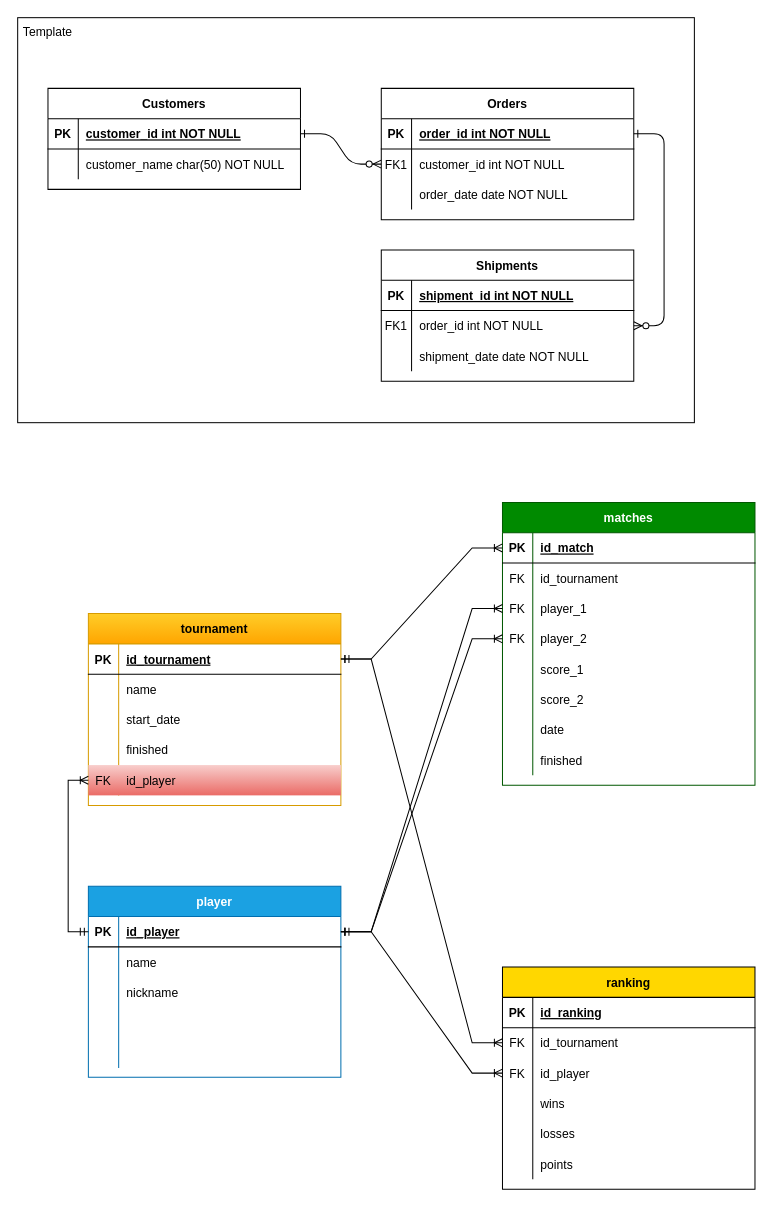
FernandoFRF/tm-rank keeps this draw.io diagram as tm-ranking.drawio. Above is the earlier version. Source tidied: cells renumbered, new cells numbered last; positions are measured from the earlier drawing's top-left corner, leaving out a move shared by most shapes. Both pictures are drawn from the tidied source at 101%, with x=0, y=0 at pixel (17, 17).
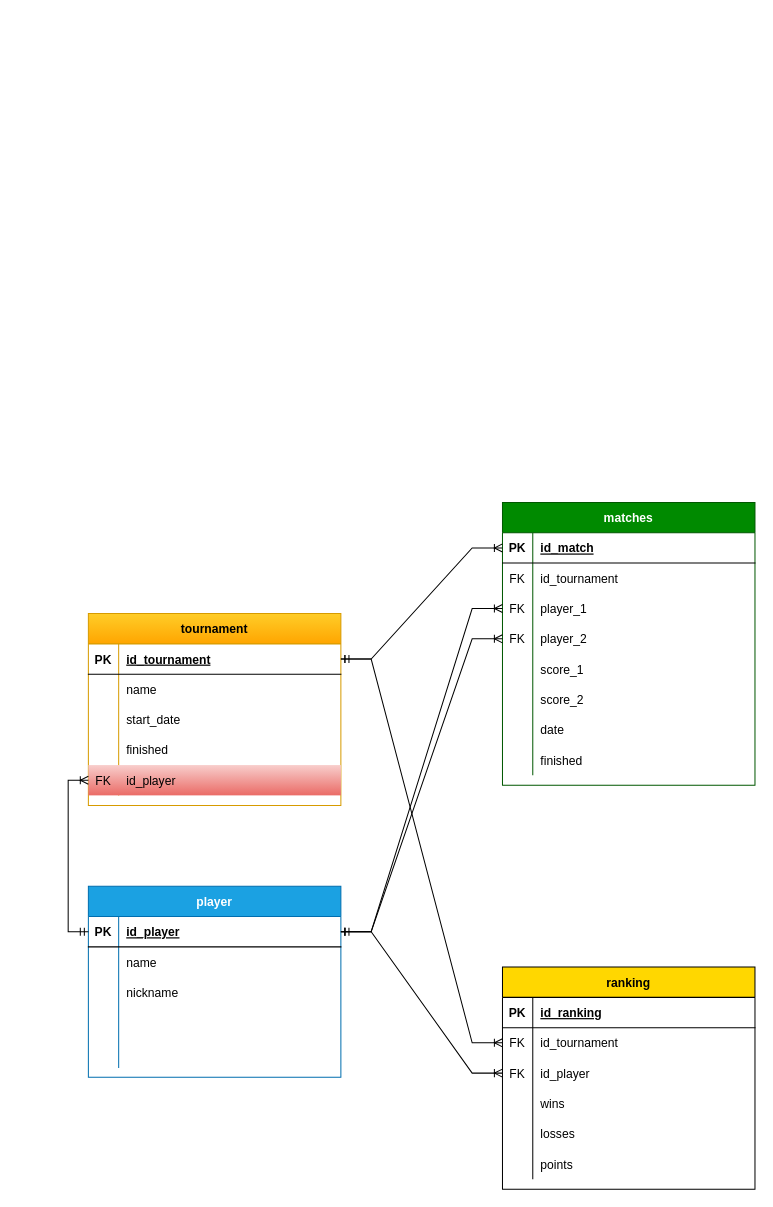
Above is the later version.

The edit, as a diff of the source:
```diff
@@
-    <mxCell id="2" style="group;" parent="1" vertex="1">
-      <mxGeometry width="670" height="401" as="geometry" />
-    </mxCell>
-    <mxCell id="3" style="rounded=0;whiteSpace=wrap;html=1;" parent="2" vertex="1">
-      <mxGeometry width="670" height="401" as="geometry" />
-    </mxCell>
-    <mxCell id="4" style="edgeStyle=entityRelationEdgeStyle;endArrow=ERzeroToMany;startArrow=ERone;endFill=1;startFill=0;" parent="2" edge="1" source="27" target="10">
-      <mxGeometry relative="1" as="geometry" />
-    </mxCell>
-    <mxCell id="5" style="edgeStyle=entityRelationEdgeStyle;endArrow=ERzeroToMany;startArrow=ERone;endFill=1;startFill=0;" parent="2" edge="1" source="7" target="20">
-      <mxGeometry relative="1" as="geometry" />
-    </mxCell>
-    <mxCell id="6" value="Orders" style="shape=table;startSize=30;childLayout=tableLayout;rowLines=0;fontStyle=1;align=center;" parent="2" vertex="1">
-      <mxGeometry x="360" y="70" width="250" height="130" as="geometry" />
-    </mxCell>
-    <mxCell id="7" style="shape=partialRectangle;fillColor=none;points=[[0,0.5],[1,0.5]];portConstraint=eastwest;top=0;left=0;right=0;bottom=1;" parent="6" vertex="1">
-      <mxGeometry y="30" width="250" height="30" as="geometry" />
-    </mxCell>
-    <mxCell id="8" value="PK" style="shape=partialRectangle;overflow=hidden;fillColor=none;top=0;left=0;bottom=0;right=0;fontStyle=1;" parent="7" vertex="1">
-      <mxGeometry width="30" height="30" as="geometry" />
-    </mxCell>
-    <mxCell id="9" value="order_id int NOT NULL " style="shape=partialRectangle;overflow=hidden;fillColor=none;top=0;left=0;bottom=0;right=0;align=left;spacingLeft=6;fontStyle=5;" parent="7" vertex="1">
-      <mxGeometry x="30" width="220" height="30" as="geometry" />
-    </mxCell>
-    <mxCell id="10" style="shape=partialRectangle;fillColor=none;points=[[0,0.5],[1,0.5]];portConstraint=eastwest;top=0;left=0;right=0;bottom=0;" parent="6" vertex="1">
-      <mxGeometry y="60" width="250" height="30" as="geometry" />
-    </mxCell>
-    <mxCell id="11" value="FK1" style="shape=partialRectangle;overflow=hidden;fillColor=none;top=0;left=0;bottom=0;right=0;" parent="10" vertex="1">
-      <mxGeometry width="30" height="30" as="geometry" />
-    </mxCell>
-    <mxCell id="12" value="customer_id int NOT NULL" style="shape=partialRectangle;overflow=hidden;fillColor=none;top=0;left=0;bottom=0;right=0;align=left;spacingLeft=6;" parent="10" vertex="1">
-      <mxGeometry x="30" width="220" height="30" as="geometry" />
-    </mxCell>
-    <mxCell id="13" style="shape=partialRectangle;fillColor=none;top=0;left=0;right=0;bottom=0;" parent="6" vertex="1">
-      <mxGeometry y="90" width="250" height="30" as="geometry" />
-    </mxCell>
-    <mxCell id="14" style="shape=partialRectangle;overflow=hidden;fillColor=none;top=0;left=0;bottom=0;right=0;" parent="13" vertex="1">
-      <mxGeometry width="30" height="30" as="geometry" />
-    </mxCell>
-    <mxCell id="15" value="order_date date NOT NULL" style="shape=partialRectangle;overflow=hidden;fillColor=none;top=0;left=0;bottom=0;right=0;align=left;spacingLeft=6;" parent="13" vertex="1">
-      <mxGeometry x="30" width="220" height="30" as="geometry" />
-    </mxCell>
-    <mxCell id="16" value="Shipments" style="shape=table;startSize=30;childLayout=tableLayout;rowLines=0;fontStyle=1;align=center;" parent="2" vertex="1">
-      <mxGeometry x="360" y="230" width="250" height="130" as="geometry" />
-    </mxCell>
-    <mxCell id="17" style="shape=partialRectangle;fillColor=none;top=0;left=0;right=0;bottom=1;" parent="16" vertex="1">
-      <mxGeometry y="30" width="250" height="30" as="geometry" />
-    </mxCell>
-    <mxCell id="18" value="PK" style="shape=partialRectangle;overflow=hidden;fillColor=none;top=0;left=0;bottom=0;right=0;fontStyle=1;" parent="17" vertex="1">
-      <mxGeometry width="30" height="30" as="geometry" />
-    </mxCell>
-    <mxCell id="19" value="shipment_id int NOT NULL " style="shape=partialRectangle;overflow=hidden;fillColor=none;top=0;left=0;bottom=0;right=0;align=left;spacingLeft=6;fontStyle=5;" parent="17" vertex="1">
-      <mxGeometry x="30" width="220" height="30" as="geometry" />
-    </mxCell>
-    <mxCell id="20" style="shape=partialRectangle;fillColor=none;points=[[0,0.5],[1,0.5]];portConstraint=eastwest;top=0;left=0;right=0;bottom=0;" parent="16" vertex="1">
-      <mxGeometry y="60" width="250" height="30" as="geometry" />
-    </mxCell>
-    <mxCell id="21" value="FK1" style="shape=partialRectangle;overflow=hidden;fillColor=none;top=0;left=0;bottom=0;right=0;" parent="20" vertex="1">
-      <mxGeometry width="30" height="30" as="geometry" />
-    </mxCell>
-    <mxCell id="22" value="order_id int NOT NULL" style="shape=partialRectangle;overflow=hidden;fillColor=none;top=0;left=0;bottom=0;right=0;align=left;spacingLeft=6;" parent="20" vertex="1">
-      <mxGeometry x="30" width="220" height="30" as="geometry" />
-    </mxCell>
-    <mxCell id="23" style="shape=partialRectangle;fillColor=none;top=0;left=0;right=0;bottom=0;" parent="16" vertex="1">
-      <mxGeometry y="90" width="250" height="30" as="geometry" />
-    </mxCell>
-    <mxCell id="24" style="shape=partialRectangle;overflow=hidden;fillColor=none;top=0;left=0;bottom=0;right=0;" parent="23" vertex="1">
-      <mxGeometry width="30" height="30" as="geometry" />
-    </mxCell>
-    <mxCell id="25" value="shipment_date date NOT NULL" style="shape=partialRectangle;overflow=hidden;fillColor=none;top=0;left=0;bottom=0;right=0;align=left;spacingLeft=6;" parent="23" vertex="1">
-      <mxGeometry x="30" width="220" height="30" as="geometry" />
-    </mxCell>
-    <mxCell id="26" value="Customers" style="shape=table;startSize=30;childLayout=tableLayout;rowLines=0;fontStyle=1;align=center;" parent="2" vertex="1">
-      <mxGeometry x="30" y="70" width="250" height="100" as="geometry" />
-    </mxCell>
-    <mxCell id="27" style="shape=partialRectangle;fillColor=none;points=[[0,0.5],[1,0.5]];portConstraint=eastwest;top=0;left=0;right=0;bottom=1;" parent="26" vertex="1">
-      <mxGeometry y="30" width="250" height="30" as="geometry" />
-    </mxCell>
-    <mxCell id="28" value="PK" style="shape=partialRectangle;overflow=hidden;fillColor=none;top=0;left=0;bottom=0;right=0;fontStyle=1;" parent="27" vertex="1">
-      <mxGeometry width="30" height="30" as="geometry" />
-    </mxCell>
-    <mxCell id="29" value="customer_id int NOT NULL " style="shape=partialRectangle;overflow=hidden;fillColor=none;top=0;left=0;bottom=0;right=0;align=left;spacingLeft=6;fontStyle=5;" parent="27" vertex="1">
-      <mxGeometry x="30" width="220" height="30" as="geometry" />
-    </mxCell>
-    <mxCell id="30" style="shape=partialRectangle;fillColor=none;top=0;left=0;right=0;bottom=0;" parent="26" vertex="1">
-      <mxGeometry y="60" width="250" height="30" as="geometry" />
-    </mxCell>
-    <mxCell id="31" style="shape=partialRectangle;overflow=hidden;fillColor=none;top=0;left=0;bottom=0;right=0;" parent="30" vertex="1">
-      <mxGeometry width="30" height="30" as="geometry" />
-    </mxCell>
-    <mxCell id="32" value="customer_name char(50) NOT NULL" style="shape=partialRectangle;overflow=hidden;fillColor=none;top=0;left=0;bottom=0;right=0;align=left;spacingLeft=6;" parent="30" vertex="1">
-      <mxGeometry x="30" width="220" height="30" as="geometry" />
-    </mxCell>
-    <mxCell id="33" value="Template" style="text;html=1;align=center;verticalAlign=middle;whiteSpace=wrap;rounded=0;fontFamily=Helvetica;fontSize=12;fontColor=default;" parent="2" vertex="1">
-      <mxGeometry width="60" height="30" as="geometry" />
-    </mxCell>
```
